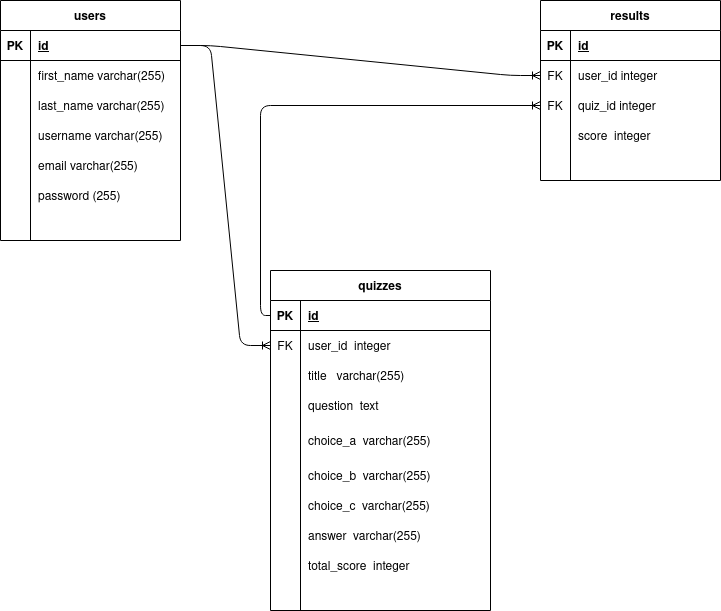
Above: erd/quizzes_erd.png in DSykes28/quizapp (draw.io), before the change. Source tidied: cells renumbered, new cells last; positions are measured from the earlier drawing's top-left corner, leaving out a move shared by most shapes. The source it was exported from:
```xml
<mxGraphModel>
  <root>
    <mxCell id="0" />
    <mxCell id="1" parent="0" />
    <mxCell id="2" value="users" style="shape=table;startSize=30;rowLines=0;fontStyle=1;align=center;" parent="1" vertex="1">
      <mxGeometry width="180" height="240" as="geometry" />
    </mxCell>
    <mxCell id="3" style="shape=partialRectangle;fillColor=none;top=0;left=0;bottom=1;right=0;points=[[0,0.5],[1,0.5]];portConstraint=eastwest;" parent="2" vertex="1">
      <mxGeometry y="30" width="180" height="30" as="geometry" />
    </mxCell>
    <mxCell id="4" value="PK" style="shape=partialRectangle;fillColor=none;top=0;left=0;bottom=0;right=0;fontStyle=1;overflow=hidden;" parent="3" vertex="1">
      <mxGeometry width="30" height="30" as="geometry" />
    </mxCell>
    <mxCell id="5" value="id" style="shape=partialRectangle;fillColor=none;top=0;left=0;bottom=0;right=0;align=left;spacingLeft=6;fontStyle=5;overflow=hidden;" parent="3" vertex="1">
      <mxGeometry x="30" width="150" height="30" as="geometry" />
    </mxCell>
    <mxCell id="6" style="shape=partialRectangle;fillColor=none;top=0;left=0;bottom=0;right=0;" parent="2" vertex="1">
      <mxGeometry y="60" width="180" height="30" as="geometry" />
    </mxCell>
    <mxCell id="7" style="shape=partialRectangle;fillColor=none;top=0;left=0;bottom=0;right=0;overflow=hidden;" parent="6" vertex="1">
      <mxGeometry width="30" height="30" as="geometry" />
    </mxCell>
    <mxCell id="8" value="first_name varchar(255)" style="shape=partialRectangle;fillColor=none;top=0;left=0;bottom=0;right=0;align=left;spacingLeft=6;overflow=hidden;" parent="6" vertex="1">
      <mxGeometry x="30" width="150" height="30" as="geometry" />
    </mxCell>
    <mxCell id="9" style="shape=partialRectangle;fillColor=none;top=0;left=0;bottom=0;right=0;" parent="2" vertex="1">
      <mxGeometry y="90" width="180" height="30" as="geometry" />
    </mxCell>
    <mxCell id="10" style="shape=partialRectangle;fillColor=none;top=0;left=0;bottom=0;right=0;overflow=hidden;" parent="9" vertex="1">
      <mxGeometry width="30" height="30" as="geometry" />
    </mxCell>
    <mxCell id="11" value="last_name varchar(255)" style="shape=partialRectangle;fillColor=none;top=0;left=0;bottom=0;right=0;align=left;spacingLeft=6;overflow=hidden;" parent="9" vertex="1">
      <mxGeometry x="30" width="150" height="30" as="geometry" />
    </mxCell>
    <mxCell id="12" style="shape=partialRectangle;fillColor=none;top=0;left=0;bottom=0;right=0;" parent="2" vertex="1">
      <mxGeometry y="120" width="180" height="30" as="geometry" />
    </mxCell>
    <mxCell id="13" style="shape=partialRectangle;fillColor=none;top=0;left=0;bottom=0;right=0;overflow=hidden;" parent="12" vertex="1">
      <mxGeometry width="30" height="30" as="geometry" />
    </mxCell>
    <mxCell id="14" value="username varchar(255)" style="shape=partialRectangle;fillColor=none;top=0;left=0;bottom=0;right=0;align=left;spacingLeft=6;overflow=hidden;" parent="12" vertex="1">
      <mxGeometry x="30" width="150" height="30" as="geometry" />
    </mxCell>
    <mxCell id="15" style="shape=partialRectangle;fillColor=none;top=0;left=0;bottom=0;right=0;" parent="2" vertex="1">
      <mxGeometry y="150" width="180" height="30" as="geometry" />
    </mxCell>
    <mxCell id="16" style="shape=partialRectangle;fillColor=none;top=0;left=0;bottom=0;right=0;overflow=hidden;" parent="15" vertex="1">
      <mxGeometry width="30" height="30" as="geometry" />
    </mxCell>
    <mxCell id="17" value="email varchar(255)" style="shape=partialRectangle;fillColor=none;top=0;left=0;bottom=0;right=0;align=left;spacingLeft=6;overflow=hidden;" parent="15" vertex="1">
      <mxGeometry x="30" width="150" height="30" as="geometry" />
    </mxCell>
    <mxCell id="18" style="shape=partialRectangle;fillColor=none;top=0;left=0;bottom=0;right=0;" parent="2" vertex="1">
      <mxGeometry y="180" width="180" height="30" as="geometry" />
    </mxCell>
    <mxCell id="19" style="shape=partialRectangle;fillColor=none;top=0;left=0;bottom=0;right=0;overflow=hidden;" parent="18" vertex="1">
      <mxGeometry width="30" height="30" as="geometry" />
    </mxCell>
    <mxCell id="20" value="password (255)" style="shape=partialRectangle;fillColor=none;top=0;left=0;bottom=0;right=0;align=left;spacingLeft=6;overflow=hidden;" parent="18" vertex="1">
      <mxGeometry x="30" width="150" height="30" as="geometry" />
    </mxCell>
    <mxCell id="21" style="shape=partialRectangle;fillColor=none;top=0;left=0;bottom=0;right=0;" parent="2" vertex="1">
      <mxGeometry y="210" width="180" height="30" as="geometry" />
    </mxCell>
    <mxCell id="22" style="shape=partialRectangle;fillColor=none;top=0;left=0;bottom=0;right=0;overflow=hidden;" parent="21" vertex="1">
      <mxGeometry width="30" height="30" as="geometry" />
    </mxCell>
    <mxCell id="23" style="shape=partialRectangle;fillColor=none;top=0;left=0;bottom=0;right=0;align=left;spacingLeft=6;overflow=hidden;" parent="21" vertex="1">
      <mxGeometry x="30" width="150" height="30" as="geometry" />
    </mxCell>
    <mxCell id="24" value="quizzes" style="shape=table;startSize=30;rowLines=0;fontStyle=1;align=center;" parent="1" vertex="1">
      <mxGeometry x="270" y="270" width="220" height="340" as="geometry" />
    </mxCell>
    <mxCell id="25" style="shape=partialRectangle;fillColor=none;top=0;left=0;bottom=1;right=0;points=[[0,0.5],[1,0.5]];portConstraint=eastwest;" parent="24" vertex="1">
      <mxGeometry y="30" width="220" height="30" as="geometry" />
    </mxCell>
    <mxCell id="26" value="PK" style="shape=partialRectangle;fillColor=none;top=0;left=0;bottom=0;right=0;fontStyle=1;overflow=hidden;" parent="25" vertex="1">
      <mxGeometry width="30" height="30" as="geometry" />
    </mxCell>
    <mxCell id="27" value="id" style="shape=partialRectangle;fillColor=none;top=0;left=0;bottom=0;right=0;align=left;spacingLeft=6;fontStyle=5;overflow=hidden;" parent="25" vertex="1">
      <mxGeometry x="30" width="190" height="30" as="geometry" />
    </mxCell>
    <mxCell id="28" style="shape=partialRectangle;fillColor=none;top=0;left=0;bottom=0;right=0;points=[[0,0.5],[1,0.5]];portConstraint=eastwest;" parent="24" vertex="1">
      <mxGeometry y="60" width="220" height="30" as="geometry" />
    </mxCell>
    <mxCell id="29" value="FK" style="shape=partialRectangle;fillColor=none;top=0;left=0;bottom=0;right=0;overflow=hidden;" parent="28" vertex="1">
      <mxGeometry width="30" height="30" as="geometry" />
    </mxCell>
    <mxCell id="30" value="user_id  integer" style="shape=partialRectangle;fillColor=none;top=0;left=0;bottom=0;right=0;align=left;spacingLeft=6;overflow=hidden;" parent="28" vertex="1">
      <mxGeometry x="30" width="190" height="30" as="geometry" />
    </mxCell>
    <mxCell id="31" style="shape=partialRectangle;fillColor=none;top=0;left=0;bottom=0;right=0;" parent="24" vertex="1">
      <mxGeometry y="90" width="220" height="30" as="geometry" />
    </mxCell>
    <mxCell id="32" style="shape=partialRectangle;fillColor=none;top=0;left=0;bottom=0;right=0;overflow=hidden;" parent="31" vertex="1">
      <mxGeometry width="30" height="30" as="geometry" />
    </mxCell>
    <mxCell id="33" value="title   varchar(255)" style="shape=partialRectangle;fillColor=none;top=0;left=0;bottom=0;right=0;align=left;spacingLeft=6;overflow=hidden;" parent="31" vertex="1">
      <mxGeometry x="30" width="190" height="30" as="geometry" />
    </mxCell>
    <mxCell id="34" style="shape=partialRectangle;fillColor=none;top=0;left=0;bottom=0;right=0;" parent="24" vertex="1">
      <mxGeometry y="120" width="220" height="30" as="geometry" />
    </mxCell>
    <mxCell id="35" style="shape=partialRectangle;fillColor=none;top=0;left=0;bottom=0;right=0;overflow=hidden;" parent="34" vertex="1">
      <mxGeometry width="30" height="30" as="geometry" />
    </mxCell>
    <mxCell id="36" value="question  text" style="shape=partialRectangle;fillColor=none;top=0;left=0;bottom=0;right=0;align=left;spacingLeft=6;overflow=hidden;" parent="34" vertex="1">
      <mxGeometry x="30" width="190" height="30" as="geometry" />
    </mxCell>
    <mxCell id="37" style="shape=partialRectangle;fillColor=none;top=0;left=0;bottom=0;right=0;" parent="24" vertex="1">
      <mxGeometry y="150" width="220" height="40" as="geometry" />
    </mxCell>
    <mxCell id="38" style="shape=partialRectangle;fillColor=none;top=0;left=0;bottom=0;right=0;overflow=hidden;" parent="37" vertex="1">
      <mxGeometry width="30" height="40" as="geometry" />
    </mxCell>
    <mxCell id="39" value="choice_a  varchar(255)" style="shape=partialRectangle;fillColor=none;top=0;left=0;bottom=0;right=0;align=left;spacingLeft=6;overflow=hidden;" parent="37" vertex="1">
      <mxGeometry x="30" width="190" height="40" as="geometry" />
    </mxCell>
    <mxCell id="40" style="shape=partialRectangle;fillColor=none;top=0;left=0;bottom=0;right=0;" parent="24" vertex="1">
      <mxGeometry y="190" width="220" height="30" as="geometry" />
    </mxCell>
    <mxCell id="41" style="shape=partialRectangle;fillColor=none;top=0;left=0;bottom=0;right=0;overflow=hidden;" parent="40" vertex="1">
      <mxGeometry width="30" height="30" as="geometry" />
    </mxCell>
    <mxCell id="42" value="choice_b  varchar(255)" style="shape=partialRectangle;fillColor=none;top=0;left=0;bottom=0;right=0;align=left;spacingLeft=6;overflow=hidden;" parent="40" vertex="1">
      <mxGeometry x="30" width="190" height="30" as="geometry" />
    </mxCell>
    <mxCell id="43" style="shape=partialRectangle;fillColor=none;top=0;left=0;bottom=0;right=0;" parent="24" vertex="1">
      <mxGeometry y="220" width="220" height="30" as="geometry" />
    </mxCell>
    <mxCell id="44" style="shape=partialRectangle;fillColor=none;top=0;left=0;bottom=0;right=0;overflow=hidden;" parent="43" vertex="1">
      <mxGeometry width="30" height="30" as="geometry" />
    </mxCell>
    <mxCell id="45" value="choice_c  varchar(255)" style="shape=partialRectangle;fillColor=none;top=0;left=0;bottom=0;right=0;align=left;spacingLeft=6;overflow=hidden;" parent="43" vertex="1">
      <mxGeometry x="30" width="190" height="30" as="geometry" />
    </mxCell>
    <mxCell id="46" style="shape=partialRectangle;fillColor=none;top=0;left=0;bottom=0;right=0;" parent="24" vertex="1">
      <mxGeometry y="250" width="220" height="30" as="geometry" />
    </mxCell>
    <mxCell id="47" style="shape=partialRectangle;fillColor=none;top=0;left=0;bottom=0;right=0;overflow=hidden;" parent="46" vertex="1">
      <mxGeometry width="30" height="30" as="geometry" />
    </mxCell>
    <mxCell id="48" value="answer  varchar(255)" style="shape=partialRectangle;fillColor=none;top=0;left=0;bottom=0;right=0;align=left;spacingLeft=6;overflow=hidden;" parent="46" vertex="1">
      <mxGeometry x="30" width="190" height="30" as="geometry" />
    </mxCell>
    <mxCell id="49" style="shape=partialRectangle;fillColor=none;top=0;left=0;bottom=0;right=0;" parent="24" vertex="1">
      <mxGeometry y="280" width="220" height="30" as="geometry" />
    </mxCell>
    <mxCell id="50" style="shape=partialRectangle;fillColor=none;top=0;left=0;bottom=0;right=0;overflow=hidden;" parent="49" vertex="1">
      <mxGeometry width="30" height="30" as="geometry" />
    </mxCell>
    <mxCell id="51" value="total_score  integer" style="shape=partialRectangle;fillColor=none;top=0;left=0;bottom=0;right=0;align=left;spacingLeft=6;overflow=hidden;" parent="49" vertex="1">
      <mxGeometry x="30" width="190" height="30" as="geometry" />
    </mxCell>
    <mxCell id="52" style="shape=partialRectangle;fillColor=none;top=0;left=0;bottom=0;right=0;" parent="24" vertex="1">
      <mxGeometry y="310" width="220" height="30" as="geometry" />
    </mxCell>
    <mxCell id="53" style="shape=partialRectangle;fillColor=none;top=0;left=0;bottom=0;right=0;overflow=hidden;" parent="52" vertex="1">
      <mxGeometry width="30" height="30" as="geometry" />
    </mxCell>
    <mxCell id="54" style="shape=partialRectangle;fillColor=none;top=0;left=0;bottom=0;right=0;align=left;spacingLeft=6;overflow=hidden;" parent="52" vertex="1">
      <mxGeometry x="30" width="190" height="30" as="geometry" />
    </mxCell>
    <mxCell id="55" style="edgeStyle=entityRelationEdgeStyle;fontSize=12;html=1;endArrow=ERoneToMany;exitX=1;exitY=0.5;exitDx=0;exitDy=0;entryX=0;entryY=0.5;entryDx=0;entryDy=0;" parent="1" edge="1" source="3" target="28">
      <mxGeometry relative="1" as="geometry" />
    </mxCell>
    <mxCell id="56" value="results" style="shape=table;startSize=30;rowLines=0;fontStyle=1;align=center;" parent="1" vertex="1">
      <mxGeometry x="540" width="180" height="180" as="geometry" />
    </mxCell>
    <mxCell id="57" style="shape=partialRectangle;fillColor=none;top=0;left=0;bottom=1;right=0;" parent="56" vertex="1">
      <mxGeometry y="30" width="180" height="30" as="geometry" />
    </mxCell>
    <mxCell id="58" value="PK" style="shape=partialRectangle;fillColor=none;top=0;left=0;bottom=0;right=0;fontStyle=1;overflow=hidden;" parent="57" vertex="1">
      <mxGeometry width="30" height="30" as="geometry" />
    </mxCell>
    <mxCell id="59" value="id" style="shape=partialRectangle;fillColor=none;top=0;left=0;bottom=0;right=0;align=left;spacingLeft=6;fontStyle=5;overflow=hidden;" parent="57" vertex="1">
      <mxGeometry x="30" width="150" height="30" as="geometry" />
    </mxCell>
    <mxCell id="60" style="shape=partialRectangle;fillColor=none;top=0;left=0;bottom=0;right=0;points=[[0,0.5],[1,0.5]];portConstraint=eastwest;" parent="56" vertex="1">
      <mxGeometry y="60" width="180" height="30" as="geometry" />
    </mxCell>
    <mxCell id="61" value="FK" style="shape=partialRectangle;fillColor=none;top=0;left=0;bottom=0;right=0;overflow=hidden;" parent="60" vertex="1">
      <mxGeometry width="30" height="30" as="geometry" />
    </mxCell>
    <mxCell id="62" value="user_id integer" style="shape=partialRectangle;fillColor=none;top=0;left=0;bottom=0;right=0;align=left;spacingLeft=6;overflow=hidden;" parent="60" vertex="1">
      <mxGeometry x="30" width="150" height="30" as="geometry" />
    </mxCell>
    <mxCell id="63" style="shape=partialRectangle;fillColor=none;top=0;left=0;bottom=0;right=0;points=[[0,0.5],[1,0.5]];portConstraint=eastwest;" parent="56" vertex="1">
      <mxGeometry y="90" width="180" height="30" as="geometry" />
    </mxCell>
    <mxCell id="64" value="FK" style="shape=partialRectangle;fillColor=none;top=0;left=0;bottom=0;right=0;overflow=hidden;" parent="63" vertex="1">
      <mxGeometry width="30" height="30" as="geometry" />
    </mxCell>
    <mxCell id="65" value="quiz_id integer" style="shape=partialRectangle;fillColor=none;top=0;left=0;bottom=0;right=0;align=left;spacingLeft=6;overflow=hidden;" parent="63" vertex="1">
      <mxGeometry x="30" width="150" height="30" as="geometry" />
    </mxCell>
    <mxCell id="66" style="shape=partialRectangle;fillColor=none;top=0;left=0;bottom=0;right=0;" parent="56" vertex="1">
      <mxGeometry y="120" width="180" height="30" as="geometry" />
    </mxCell>
    <mxCell id="67" style="shape=partialRectangle;fillColor=none;top=0;left=0;bottom=0;right=0;overflow=hidden;" parent="66" vertex="1">
      <mxGeometry width="30" height="30" as="geometry" />
    </mxCell>
    <mxCell id="68" value="score  integer" style="shape=partialRectangle;fillColor=none;top=0;left=0;bottom=0;right=0;align=left;spacingLeft=6;overflow=hidden;" parent="66" vertex="1">
      <mxGeometry x="30" width="150" height="30" as="geometry" />
    </mxCell>
    <mxCell id="69" style="edgeStyle=entityRelationEdgeStyle;fontSize=12;html=1;endArrow=ERoneToMany;exitX=1;exitY=0.5;exitDx=0;exitDy=0;entryX=0;entryY=0.5;entryDx=0;entryDy=0;" parent="1" edge="1" source="3" target="60">
      <mxGeometry relative="1" as="geometry" />
    </mxCell>
    <mxCell id="70" style="edgeStyle=orthogonalEdgeStyle;fontSize=12;html=1;endArrow=ERoneToMany;exitX=0;exitY=0.5;exitDx=0;exitDy=0;entryX=0;entryY=0.5;entryDx=0;entryDy=0;" parent="1" edge="1" source="25" target="63">
      <mxGeometry relative="1" as="geometry" />
    </mxCell>
  </root>
</mxGraphModel>
```
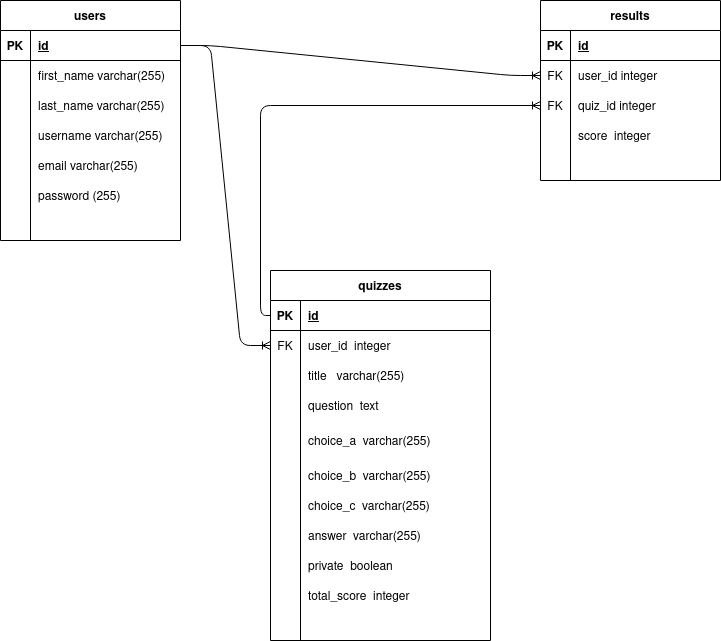
The same file after the commit.

Commit message:
adding private option to quiz table

What changed in the source:
```diff
@@ -69,7 +69,7 @@
       <mxGeometry x="30" width="150" height="30" as="geometry" />
     </mxCell>
     <mxCell id="24" value="quizzes" style="shape=table;startSize=30;rowLines=0;fontStyle=1;align=center;" parent="1" vertex="1">
-      <mxGeometry x="270" y="270" width="220" height="340" as="geometry" />
+      <mxGeometry x="270" y="270" width="220" height="370" as="geometry" />
     </mxCell>
     <mxCell id="25" style="shape=partialRectangle;fillColor=none;top=0;left=0;bottom=1;right=0;points=[[0,0.5],[1,0.5]];portConstraint=eastwest;" parent="24" vertex="1">
       <mxGeometry y="30" width="220" height="30" as="geometry" />
@@ -149,7 +149,7 @@
     <mxCell id="50" style="shape=partialRectangle;fillColor=none;top=0;left=0;bottom=0;right=0;overflow=hidden;" parent="49" vertex="1">
       <mxGeometry width="30" height="30" as="geometry" />
     </mxCell>
-    <mxCell id="51" value="total_score  integer" style="shape=partialRectangle;fillColor=none;top=0;left=0;bottom=0;right=0;align=left;spacingLeft=6;overflow=hidden;" parent="49" vertex="1">
+    <mxCell id="51" value="private  boolean" style="shape=partialRectangle;fillColor=none;top=0;left=0;bottom=0;right=0;align=left;spacingLeft=6;overflow=hidden;" parent="49" vertex="1">
       <mxGeometry x="30" width="190" height="30" as="geometry" />
     </mxCell>
     <mxCell id="52" style="shape=partialRectangle;fillColor=none;top=0;left=0;bottom=0;right=0;" parent="24" vertex="1">
@@ -158,9 +158,18 @@
     <mxCell id="53" style="shape=partialRectangle;fillColor=none;top=0;left=0;bottom=0;right=0;overflow=hidden;" parent="52" vertex="1">
       <mxGeometry width="30" height="30" as="geometry" />
     </mxCell>
-    <mxCell id="54" style="shape=partialRectangle;fillColor=none;top=0;left=0;bottom=0;right=0;align=left;spacingLeft=6;overflow=hidden;" parent="52" vertex="1">
+    <mxCell id="54" value="total_score  integer" style="shape=partialRectangle;fillColor=none;top=0;left=0;bottom=0;right=0;align=left;spacingLeft=6;overflow=hidden;" parent="52" vertex="1">
       <mxGeometry x="30" width="190" height="30" as="geometry" />
     </mxCell>
+    <mxCell id="71" style="shape=partialRectangle;fillColor=none;top=0;left=0;bottom=0;right=0;" parent="24" vertex="1">
+      <mxGeometry y="340" width="220" height="30" as="geometry" />
+    </mxCell>
+    <mxCell id="72" style="shape=partialRectangle;fillColor=none;top=0;left=0;bottom=0;right=0;overflow=hidden;" parent="71" vertex="1">
+      <mxGeometry width="30" height="30" as="geometry" />
+    </mxCell>
+    <mxCell id="73" style="shape=partialRectangle;fillColor=none;top=0;left=0;bottom=0;right=0;align=left;spacingLeft=6;overflow=hidden;" parent="71" vertex="1">
+      <mxGeometry x="30" width="190" height="30" as="geometry" />
+    </mxCell>
     <mxCell id="55" style="edgeStyle=entityRelationEdgeStyle;fontSize=12;html=1;endArrow=ERoneToMany;exitX=1;exitY=0.5;exitDx=0;exitDy=0;entryX=0;entryY=0.5;entryDx=0;entryDy=0;" parent="1" edge="1" source="3" target="28">
       <mxGeometry relative="1" as="geometry" />
     </mxCell>
```
